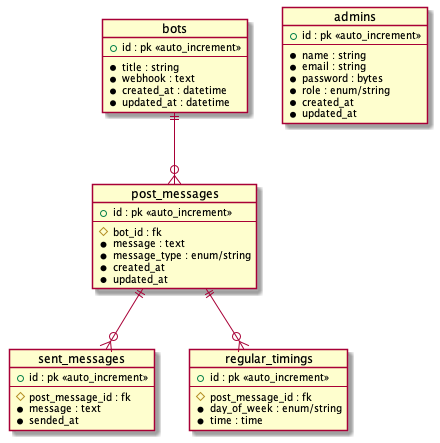
takemo101/dc-scheduler keeps this PlantUML diagram as diagram/design/er.png. Above is the earlier version. The source it was exported from:
```plantuml
@startuml er

object bots {
    + id : pk <<auto_increment>>
    --
    * title : string
    * webhook : text
    * created_at : datetime
    * updated_at : datetime
}

object post_messages {
    + id : pk <<auto_increment>>
    --
    # bot_id : fk
    * message : text
    * message_type : enum/string
    * created_at
    * updated_at
}

object sent_messages {
    + id : pk <<auto_increment>>
    --
    # post_message_id : fk
    * message : text
    * sended_at
}

object regular_timings {
    + id : pk <<auto_increment>>
    --
    # post_message_id : fk
    * day_of_week : enum/string
    * time : time
}

object admins {
    + id : pk <<auto_increment>>
    --
    * name : string
    * email : string
    * password : bytes
    * role : enum/string
    * created_at
    * updated_at
}

bots ||--o{ post_messages
post_messages ||--o{ regular_timings
post_messages ||--o{ sent_messages
@enduml
```
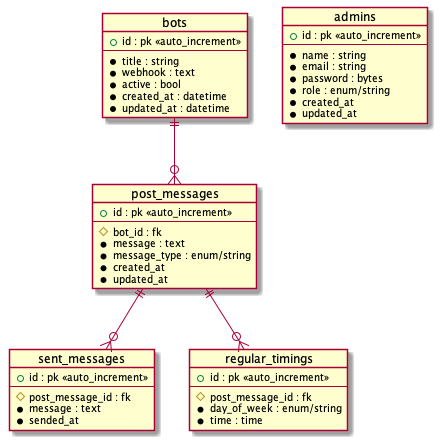
After the change.

Change to the diagram source:
```diff
@@ -5,6 +5,7 @@
     --
     * title : string
     * webhook : text
+    * active : bool
     * created_at : datetime
     * updated_at : datetime
 }
```
